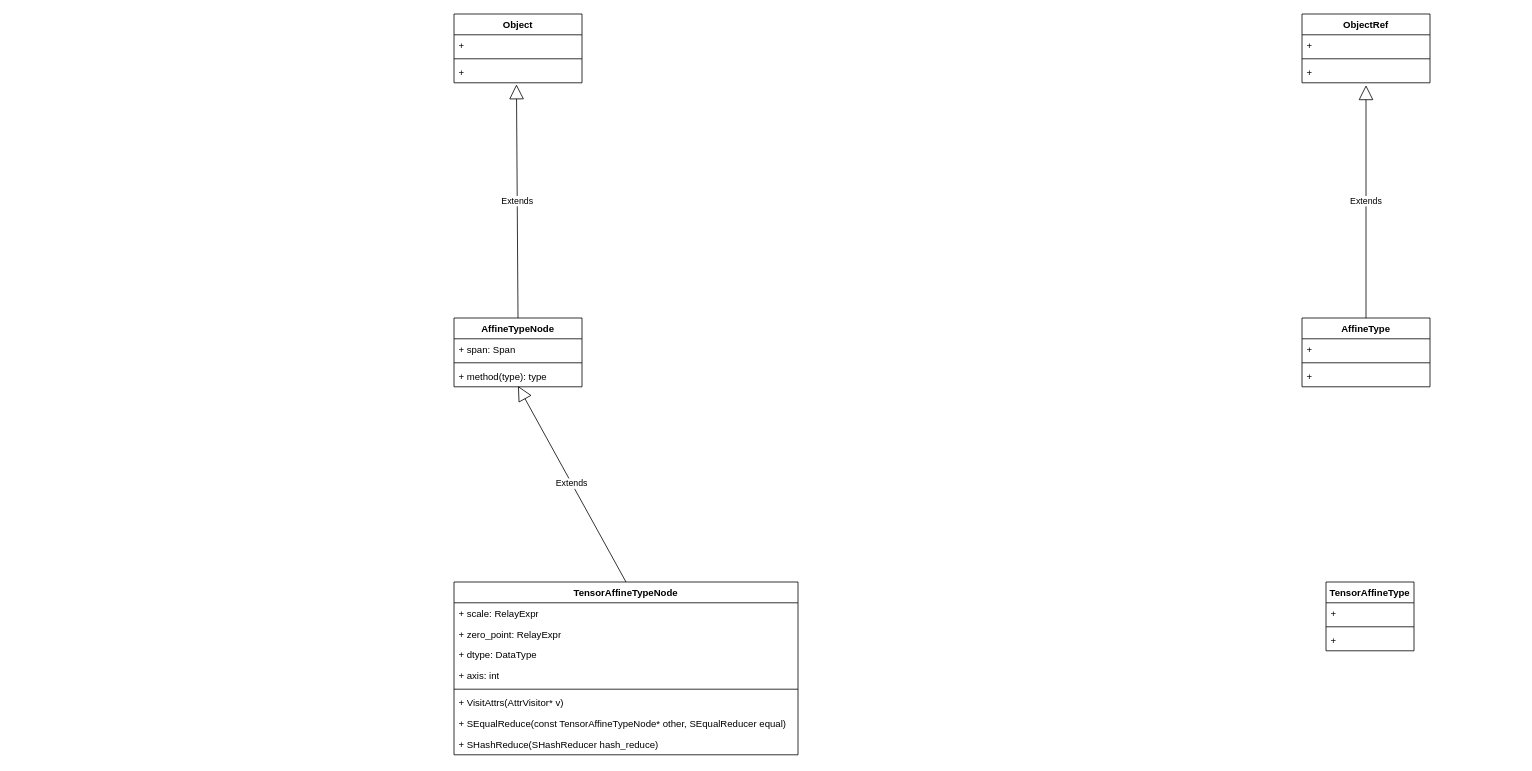
gdhzyz/draws keeps this draw.io diagram as page "affine_type" (11 of 12) of 未命名绘图.drawio. Above is the earlier version. Source tidied: cells renumbered, new cells numbered last; positions are measured from the earlier drawing's top-left corner, leaving out a move shared by most shapes. Both pictures are drawn from the tidied source at 80%, with x=0, y=0 at pixel (454, 14).
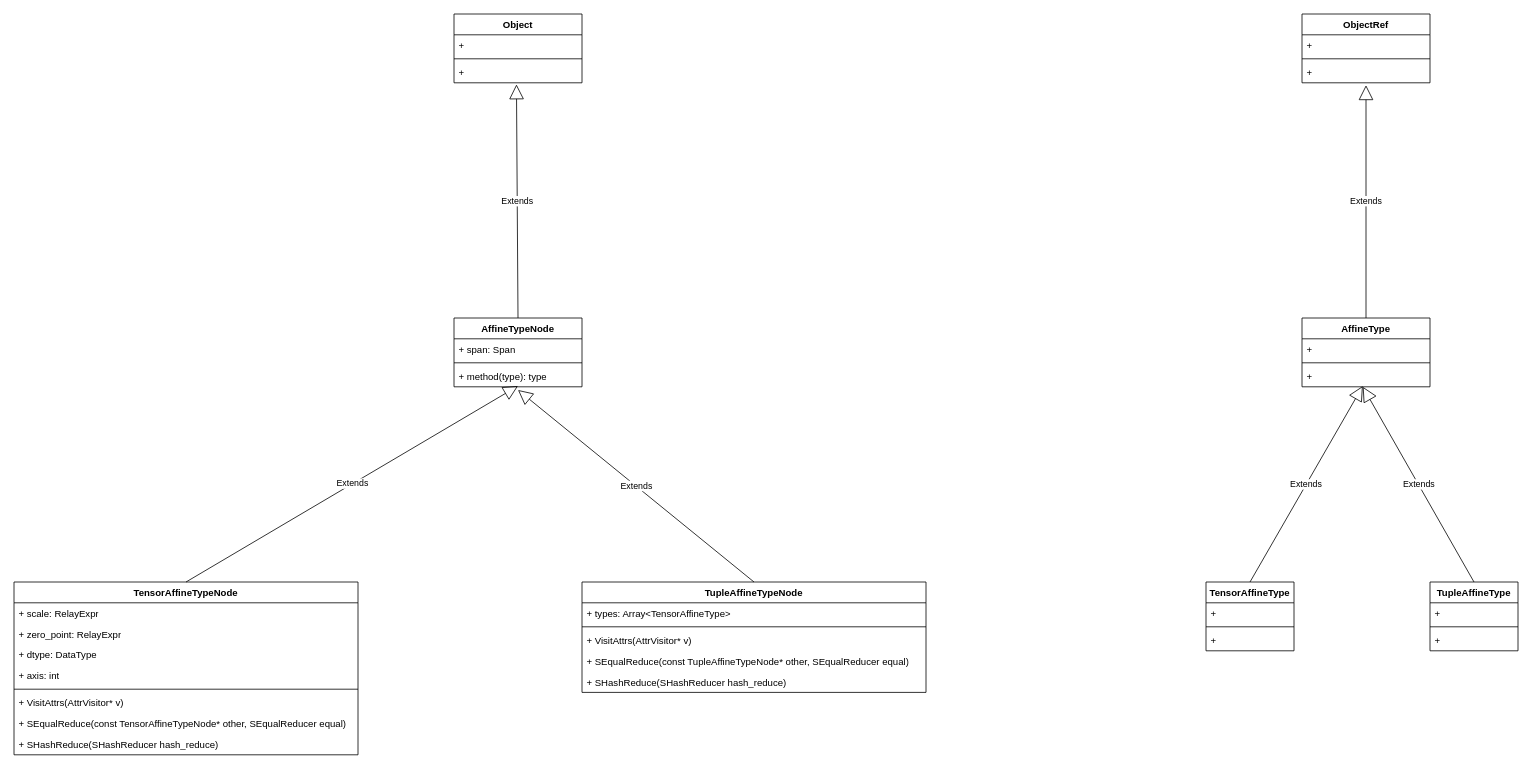
Above is the later version.

Unchanged cells that the change refers to:
```xml
<mxCell id="13" value="+&amp;nbsp;" style="text;strokeColor=none;fillColor=none;align=left;verticalAlign=top;spacingLeft=4;spacingRight=4;overflow=hidden;points=[[0,0.5],[1,0.5]];portConstraint=eastwest;whiteSpace=wrap;html=1;" parent="10" vertex="1">
  <mxGeometry y="60" width="160" height="26" as="geometry" />
</mxCell>
```

What changed in the source:
```diff
@@
     <mxCell id="20" value="TensorAffineTypeNode" style="swimlane;fontStyle=1;align=center;verticalAlign=top;horizontal=1;startSize=26;whiteSpace=wrap;html=1;" parent="1" vertex="1">
-      <mxGeometry y="710" width="430" height="216" as="geometry" />
+      <mxGeometry x="-550" y="710" width="430" height="216" as="geometry" />
     </mxCell>
@@
     <mxCell id="30" value="TensorAffineType" style="swimlane;fontStyle=1;align=center;verticalAlign=top;horizontal=1;startSize=26;whiteSpace=wrap;html=1;" parent="1" vertex="1">
-      <mxGeometry x="1090" y="710" width="110" height="86" as="geometry" />
+      <mxGeometry x="940" y="710" width="110" height="86" as="geometry" />
     </mxCell>
@@
+    <mxCell id="34" value="TupleAffineTypeNode" style="swimlane;fontStyle=1;align=center;verticalAlign=top;horizontal=1;startSize=26;whiteSpace=wrap;html=1;" parent="1" vertex="1">
+      <mxGeometry x="160" y="710" width="430" height="138" as="geometry" />
+    </mxCell>
+    <mxCell id="35" value="+ types: Array&amp;lt;TensorAffineType&amp;gt;" style="text;strokeColor=none;fillColor=none;align=left;verticalAlign=top;spacingLeft=4;spacingRight=4;overflow=hidden;whiteSpace=wrap;html=1;" parent="34" vertex="1">
+      <mxGeometry y="26" width="430" height="26" as="geometry" />
+    </mxCell>
+    <mxCell id="36" style="line;strokeWidth=1;fillColor=none;align=left;verticalAlign=middle;spacingTop=-1;spacingLeft=3;spacingRight=3;labelPosition=right;strokeColor=inherit;" parent="34" vertex="1">
+      <mxGeometry y="52" width="430" height="8" as="geometry" />
+    </mxCell>
+    <mxCell id="37" value="+ VisitAttrs(AttrVisitor* v)" style="text;strokeColor=none;fillColor=none;align=left;verticalAlign=top;spacingLeft=4;spacingRight=4;overflow=hidden;whiteSpace=wrap;html=1;" parent="34" vertex="1">
+      <mxGeometry y="60" width="430" height="26" as="geometry" />
+    </mxCell>
+    <mxCell id="38" value="+ SEqualReduce(const TupleAffineTypeNode* other, SEqualReducer equal)" style="text;strokeColor=none;fillColor=none;align=left;verticalAlign=top;spacingLeft=4;spacingRight=4;overflow=hidden;whiteSpace=wrap;html=1;" parent="34" vertex="1">
+      <mxGeometry y="86" width="430" height="26" as="geometry" />
+    </mxCell>
+    <mxCell id="39" value="+ SHashReduce(SHashReducer hash_reduce)" style="text;strokeColor=none;fillColor=none;align=left;verticalAlign=top;spacingLeft=4;spacingRight=4;overflow=hidden;whiteSpace=wrap;html=1;" parent="34" vertex="1">
+      <mxGeometry y="112" width="430" height="26" as="geometry" />
+    </mxCell>
+    <mxCell id="40" value="Extends" style="endArrow=block;endSize=16;endFill=0;html=1;rounded=0;exitX=0.5;exitY=0;exitDx=0;exitDy=0;" parent="1" edge="1" source="34">
+      <mxGeometry relative="1" as="geometry">
+        <mxPoint x="80" y="470" as="targetPoint" />
+      </mxGeometry>
+    </mxCell>
+    <mxCell id="41" value="TupleAffineType" style="swimlane;fontStyle=1;align=center;verticalAlign=top;horizontal=1;startSize=26;whiteSpace=wrap;html=1;" parent="1" vertex="1">
+      <mxGeometry x="1220" y="710" width="110" height="86" as="geometry" />
+    </mxCell>
+    <mxCell id="42" value="+&amp;nbsp;" style="text;strokeColor=none;fillColor=none;align=left;verticalAlign=top;spacingLeft=4;spacingRight=4;overflow=hidden;whiteSpace=wrap;html=1;" parent="41" vertex="1">
+      <mxGeometry y="26" width="110" height="26" as="geometry" />
+    </mxCell>
+    <mxCell id="43" style="line;strokeWidth=1;fillColor=none;align=left;verticalAlign=middle;spacingTop=-1;spacingLeft=3;spacingRight=3;labelPosition=right;strokeColor=inherit;" parent="41" vertex="1">
+      <mxGeometry y="52" width="110" height="8" as="geometry" />
+    </mxCell>
+    <mxCell id="44" value="+&amp;nbsp;" style="text;strokeColor=none;fillColor=none;align=left;verticalAlign=top;spacingLeft=4;spacingRight=4;overflow=hidden;whiteSpace=wrap;html=1;" parent="41" vertex="1">
+      <mxGeometry y="60" width="110" height="26" as="geometry" />
+    </mxCell>
+    <mxCell id="45" value="Extends" style="endArrow=block;endSize=16;endFill=0;html=1;rounded=0;exitX=0.5;exitY=0;exitDx=0;exitDy=0;entryX=0.475;entryY=0.962;entryDx=0;entryDy=0;entryPerimeter=0;" parent="1" edge="1" source="30" target="13">
+      <mxGeometry relative="1" as="geometry" />
+    </mxCell>
+    <mxCell id="46" value="Extends" style="endArrow=block;endSize=16;endFill=0;html=1;rounded=0;exitX=0.5;exitY=0;exitDx=0;exitDy=0;entryX=0.475;entryY=1;entryDx=0;entryDy=0;entryPerimeter=0;" parent="1" edge="1" source="41" target="13">
+      <mxGeometry relative="1" as="geometry" />
+    </mxCell>
```
